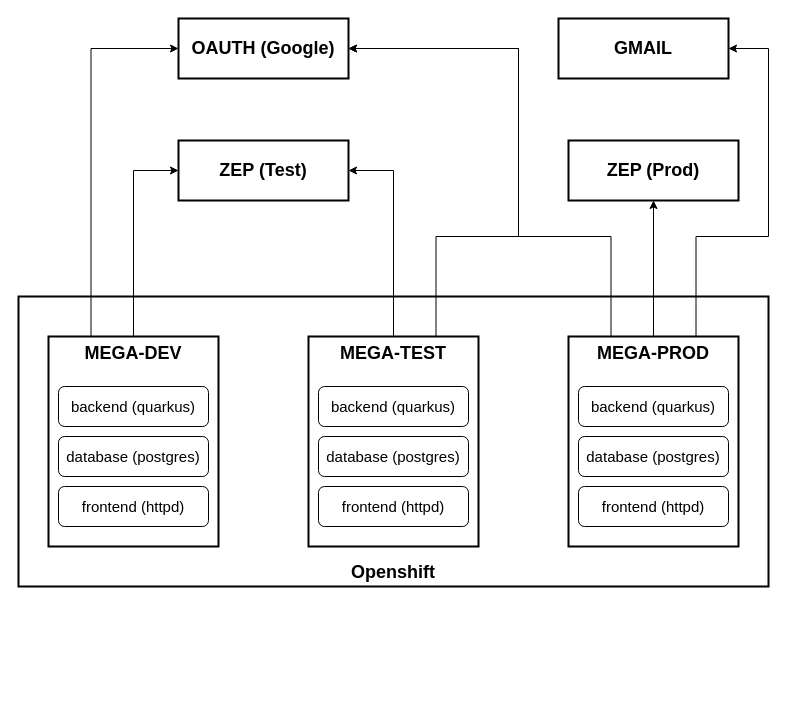
This is doc/drawings/mega-infrastructure.drawio from Gepardec/mega-infrastructure, a draw.io file, before an edit. Source tidied: cells renumbered, new cells numbered last; positions are measured from the earlier drawing's top-left corner, leaving out a move shared by most shapes. Both pictures are drawn from the tidied source at 100%, with x=0, y=0 at pixel (18, 18).
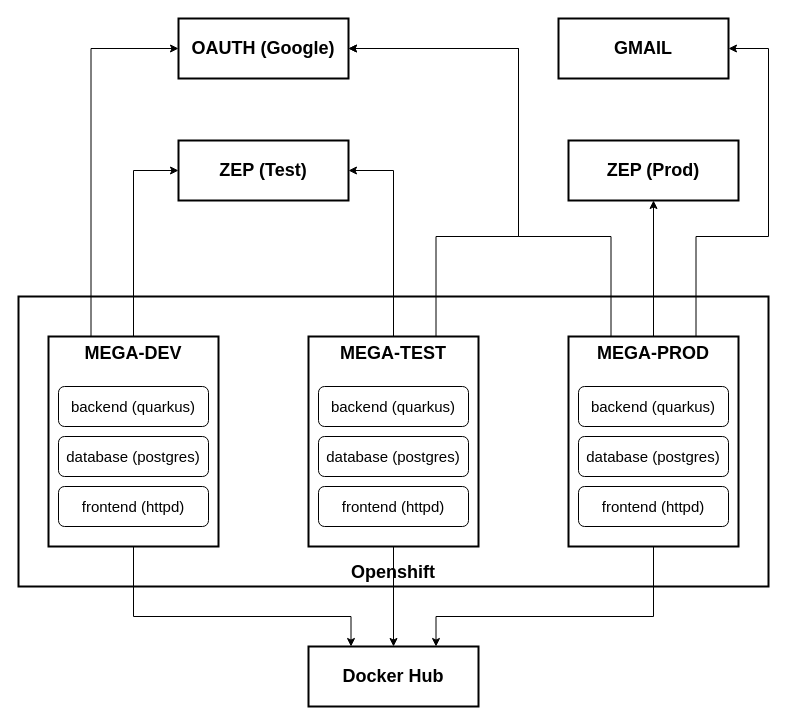
Above is the later version.

The change refers to these unchanged cells:
```xml
<mxCell id="5" value="MEGA-DEV" style="rounded=0;whiteSpace=wrap;html=1;fontSize=18;verticalAlign=top;fontStyle=1;strokeWidth=2;" parent="1" vertex="1">
  <mxGeometry x="30" y="318" width="170" height="210" as="geometry" />
</mxCell>
<mxCell id="8" value="MEGA-TEST" style="rounded=0;whiteSpace=wrap;html=1;fontSize=18;verticalAlign=top;fontStyle=1;strokeWidth=2;" parent="1" vertex="1">
  <mxGeometry x="290" y="318" width="170" height="210" as="geometry" />
</mxCell>
<mxCell id="12" value="MEGA-PROD" style="rounded=0;whiteSpace=wrap;html=1;fontSize=18;verticalAlign=top;fontStyle=1;strokeWidth=2;" parent="1" vertex="1">
  <mxGeometry x="550" y="318" width="170" height="210" as="geometry" />
</mxCell>
```

Change to the diagram source:
```diff
@@
+    <mxCell id="26" style="edgeStyle=orthogonalEdgeStyle;rounded=0;jettySize=auto;html=1;exitX=0.25;exitY=0;exitDx=0;exitDy=0;entryX=0.5;entryY=1;entryDx=0;entryDy=0;endArrow=none;endFill=0;startArrow=classic;startFill=1;" parent="1" edge="1" source="29" target="5">
+      <mxGeometry relative="1" as="geometry">
+        <Array as="points">
+          <mxPoint x="333" y="598" />
+          <mxPoint x="115" y="598" />
+        </Array>
+      </mxGeometry>
+    </mxCell>
+    <mxCell id="27" style="edgeStyle=orthogonalEdgeStyle;rounded=0;jettySize=auto;html=1;exitX=0.5;exitY=0;exitDx=0;exitDy=0;entryX=0.5;entryY=1;entryDx=0;entryDy=0;endArrow=none;endFill=0;startArrow=classic;startFill=1;" parent="1" edge="1" source="29" target="8">
+      <mxGeometry relative="1" as="geometry" />
+    </mxCell>
+    <mxCell id="28" style="edgeStyle=orthogonalEdgeStyle;rounded=0;jettySize=auto;html=1;exitX=0.75;exitY=0;exitDx=0;exitDy=0;entryX=0.5;entryY=1;entryDx=0;entryDy=0;endArrow=none;endFill=0;startArrow=classic;startFill=1;" parent="1" edge="1" source="29" target="12">
+      <mxGeometry relative="1" as="geometry">
+        <Array as="points">
+          <mxPoint x="418" y="598" />
+          <mxPoint x="635" y="598" />
+        </Array>
+      </mxGeometry>
+    </mxCell>
+    <mxCell id="29" value="Docker Hub" style="rounded=0;whiteSpace=wrap;html=1;fontSize=18;strokeWidth=2;fontStyle=1;" parent="1" vertex="1">
+      <mxGeometry x="290" y="628" width="170" height="60" as="geometry" />
+    </mxCell>
```
